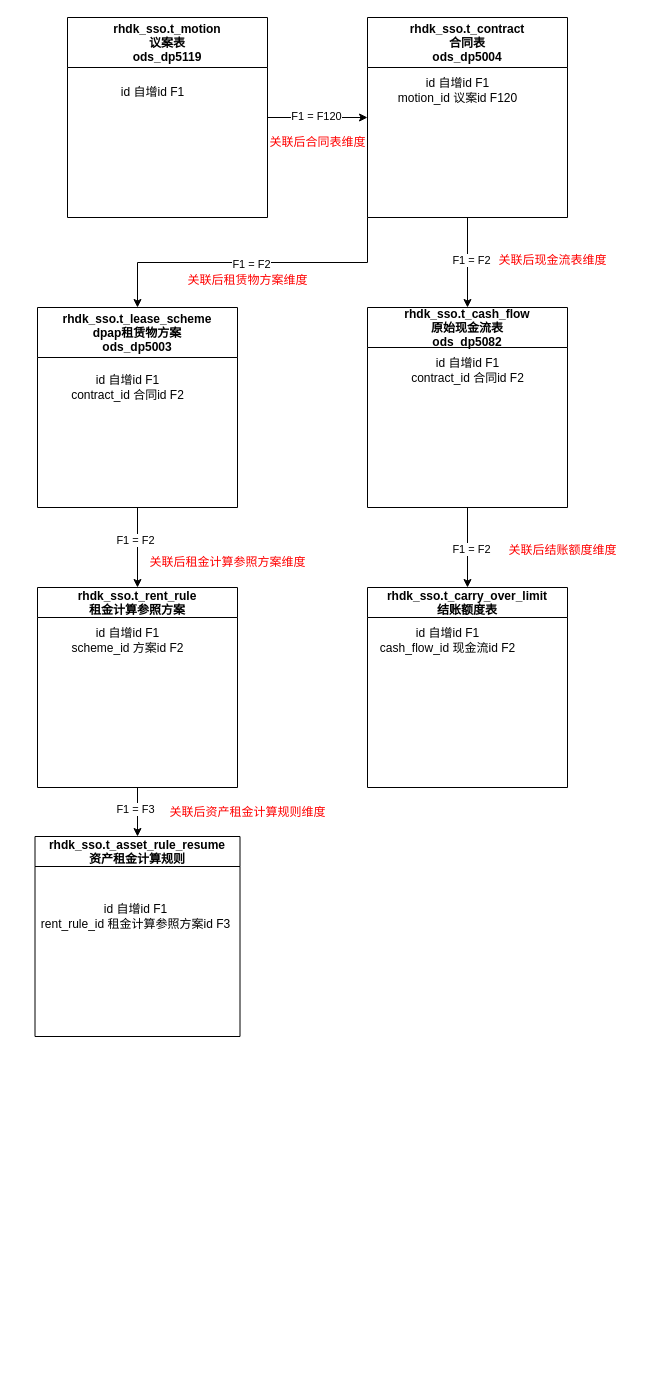
Before: page "超额度电、度电租金" (4 of 4) of 数仓.drawio in jzxfr/-, a draw.io diagram. Source tidied: cells renumbered, new cells numbered last; positions are measured from the earlier drawing's top-left corner, leaving out a move shared by most shapes. Both pictures are drawn from the tidied source at 100%, with x=0, y=0 at pixel (29, 17).
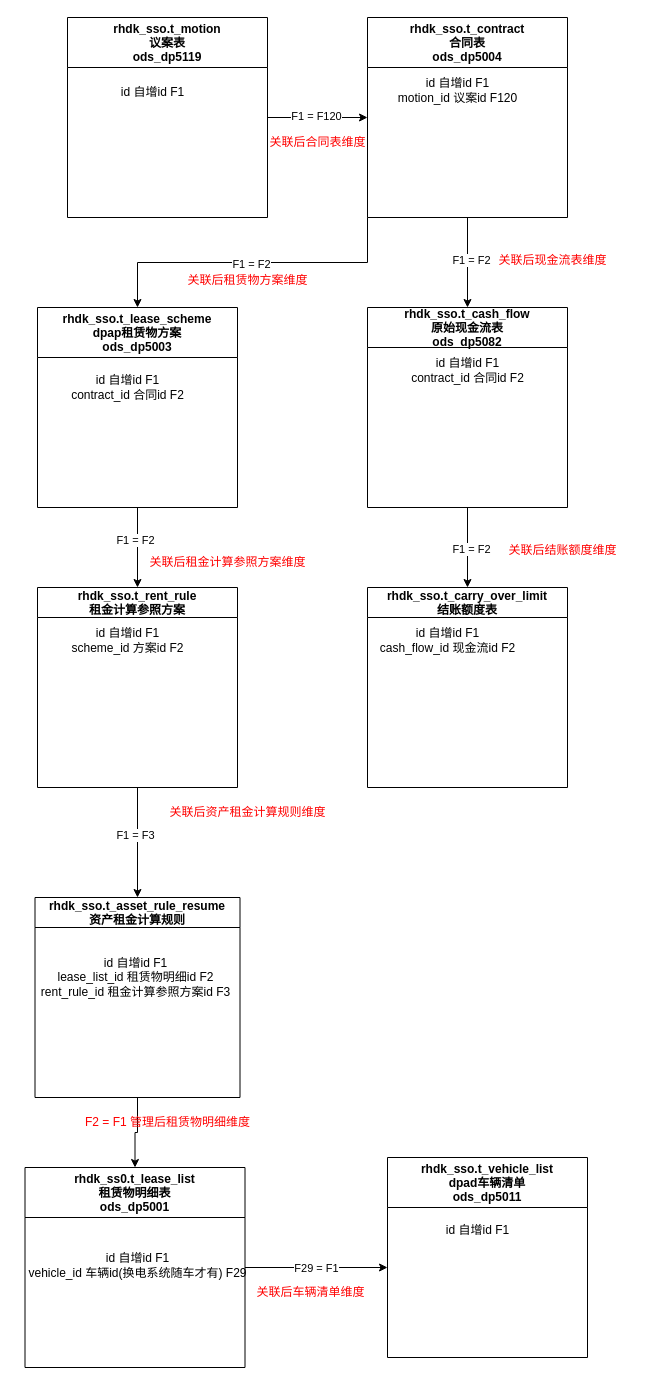
The same diagram, later.

What changed in the source:
```diff
@@
+    <mxCell id="34" style="edgeStyle=orthogonalEdgeStyle;rounded=0;jettySize=auto;html=1;exitX=0.5;exitY=1;exitDx=0;exitDy=0;entryX=0.5;entryY=0;entryDx=0;entryDy=0;" parent="1" edge="1" source="20" target="37">
+      <mxGeometry relative="1" as="geometry" />
+    </mxCell>
     <mxCell id="20" value="rhdk_sso.t_asset_rule_resume&#10;资产租金计算规则" style="swimlane;startSize=30;" parent="1" vertex="1">
-      <mxGeometry x="5.5" y="819" width="205" height="200" as="geometry" />
+      <mxGeometry x="5.5" y="880" width="205" height="200" as="geometry" />
     </mxCell>
-    <mxCell id="21" value="id 自增id F1&lt;div&gt;rent_rule_id 租金计算参照方案id F3&lt;/div&gt;" style="text;html=1;align=center;verticalAlign=middle;strokeColor=none;fillColor=none;" parent="20" vertex="1">
-      <mxGeometry x="-5" y="60" width="210" height="40" as="geometry" />
+    <mxCell id="21" value="id 自增id F1&lt;div&gt;lease_list_id 租赁物明细id F2&lt;br&gt;&lt;div&gt;rent_rule_id 租金计算参照方案id F3&lt;/div&gt;&lt;/div&gt;" style="text;html=1;align=center;verticalAlign=middle;strokeColor=none;fillColor=none;" parent="20" vertex="1">
+      <mxGeometry x="-5" y="50" width="210" height="60" as="geometry" />
     </mxCell>
@@
+    <mxCell id="35" style="edgeStyle=orthogonalEdgeStyle;rounded=0;jettySize=auto;html=1;" parent="1" edge="1" source="37">
+      <mxGeometry relative="1" as="geometry">
+        <mxPoint x="358" y="1250" as="targetPoint" />
+      </mxGeometry>
+    </mxCell>
+    <mxCell id="36" value="F29 = F1" style="edgeLabel;html=1;align=center;verticalAlign=middle;" parent="35" vertex="1">
+      <mxGeometry relative="1" as="geometry" />
+    </mxCell>
+    <mxCell id="37" value="rhdk_ss0.t_lease_list&#10;租赁物明细表&#10;ods_dp5001" style="swimlane;startSize=50;" parent="1" vertex="1">
+      <mxGeometry x="-4.5" y="1150" width="220" height="200" as="geometry" />
+    </mxCell>
+    <mxCell id="38" value="id 自增id F1&lt;div&gt;vehicle_id 车辆id(换电系统随车才有) F29&lt;/div&gt;" style="text;html=1;align=center;verticalAlign=middle;strokeColor=none;fillColor=none;" parent="37" vertex="1">
+      <mxGeometry x="-7.5" y="78" width="240" height="40" as="geometry" />
+    </mxCell>
+    <mxCell id="39" value="&lt;font style=&quot;color: rgb(255, 0, 0);&quot;&gt;F2 = F1 管理后租赁物明细维度&lt;/font&gt;" style="text;html=1;align=center;verticalAlign=middle;strokeColor=none;fillColor=none;" parent="1" vertex="1">
+      <mxGeometry x="43" y="1090" width="190" height="30" as="geometry" />
+    </mxCell>
+    <mxCell id="40" value="rhdk_sso.t_vehicle_list&#10;dpad车辆清单&#10;ods_dp5011" style="swimlane;startSize=50;" parent="1" vertex="1">
+      <mxGeometry x="358" y="1140" width="200" height="200" as="geometry" />
+    </mxCell>
+    <mxCell id="41" value="id 自增id F1" style="text;html=1;align=center;verticalAlign=middle;strokeColor=none;fillColor=none;" parent="1" vertex="1">
+      <mxGeometry x="403" y="1198" width="90" height="30" as="geometry" />
+    </mxCell>
+    <mxCell id="42" value="&lt;font style=&quot;color: rgb(255, 0, 0);&quot;&gt;关联后车辆清单维度&lt;/font&gt;" style="text;html=1;align=center;verticalAlign=middle;strokeColor=none;fillColor=none;" parent="1" vertex="1">
+      <mxGeometry x="215.5" y="1260" width="130" height="30" as="geometry" />
+    </mxCell>
```
